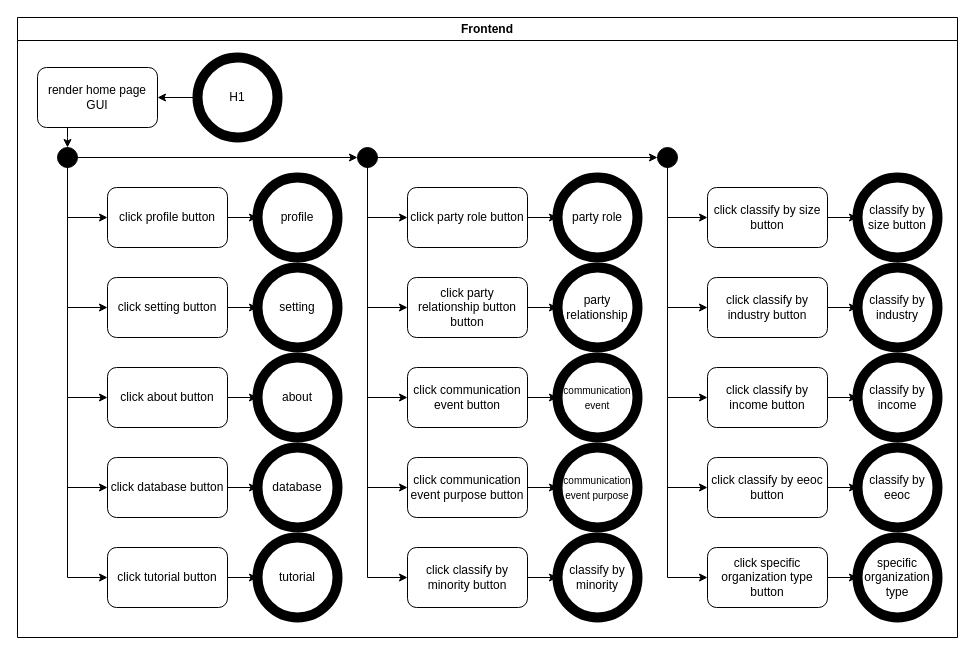
Earlier version of the draw.io diagram page "home 1" (4 of 7) of docs/artifact/ActivityDiagram/activity_diagram.drawio (ssszZ-TH/party_fullstack_docker3). Source tidied: cells renumbered, new cells numbered last; positions are measured from the earlier drawing's top-left corner, leaving out a move shared by most shapes. Both pictures are drawn from the tidied source at 100%, with x=0, y=0 at pixel (17, 17).
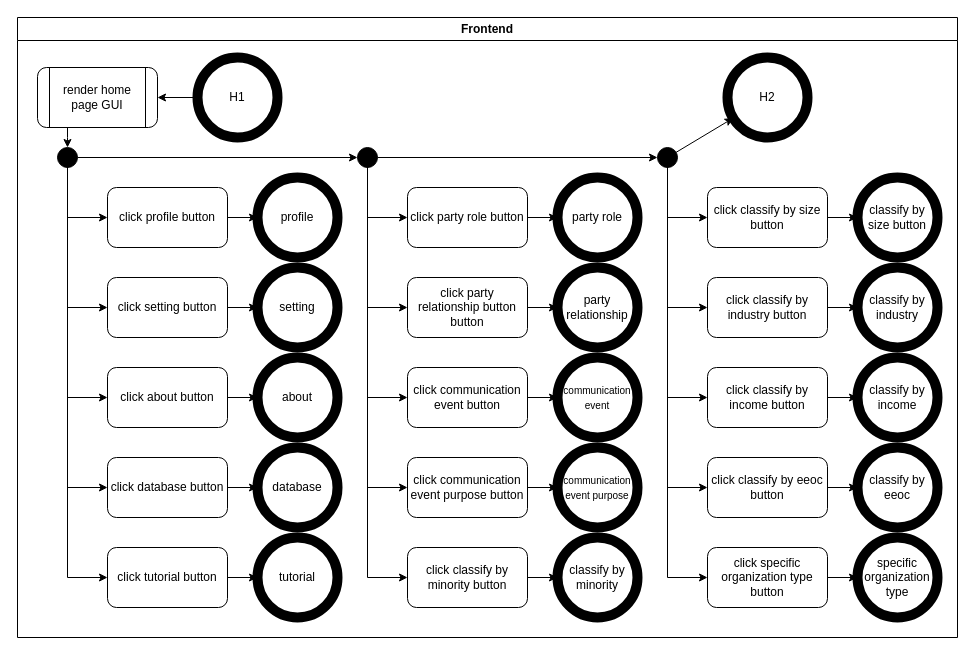
The same diagram, later.

Commit message (it also covers changes not shown here):
docs home page activity diagram  fin

Unchanged cells that the change refers to:
```xml
<mxCell id="2" value="Frontend" style="swimlane;whiteSpace=wrap;html=1;" parent="1" vertex="1">
  <mxGeometry width="940" height="620" as="geometry" />
</mxCell>
<mxCell id="71" style="ellipse;whiteSpace=wrap;html=1;fillColor=#000000;" parent="2" vertex="1">
  <mxGeometry x="640" y="130" width="20" height="20" as="geometry" />
</mxCell>
```

Diff of the diagram source:
```diff
@@
-    <mxCell id="21" value="render home page GUI" style="rounded=1;whiteSpace=wrap;html=1;" parent="2" vertex="1">
+    <mxCell id="21" value="render home page GUI" style="rounded=1;whiteSpace=wrap;html=1;shape=process;backgroundOutline=1;" parent="2" vertex="1">
       <mxGeometry x="20" y="50" width="120" height="60" as="geometry" />
     </mxCell>
@@
+    <mxCell id="72" value="H2" style="ellipse;whiteSpace=wrap;html=1;strokeWidth=10;" parent="2" vertex="1">
+      <mxGeometry x="710" y="40" width="80" height="80" as="geometry" />
+    </mxCell>
+    <mxCell id="73" style="endArrow=classic;html=1;rounded=0;exitX=0.5;exitY=0.5;exitDx=0;exitDy=0;exitPerimeter=0;" parent="2" edge="1" source="71" target="72">
+      <mxGeometry relative="1" as="geometry" />
+    </mxCell>
```
